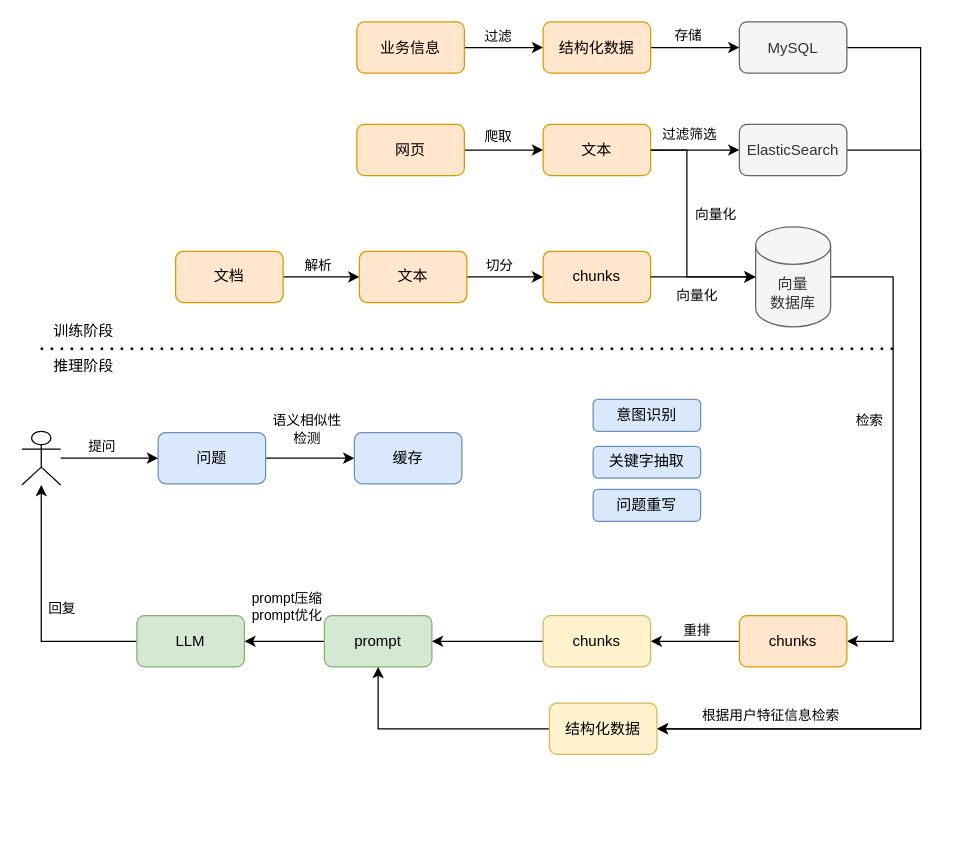
Earlier version of the draw.io diagram page "优化方案1" (2 of 3) of AI应用技术分享.drawio (joeylin/draw.io). Source tidied: cells renumbered, new cells numbered last; positions are measured from the earlier drawing's top-left corner, leaving out a move shared by most shapes. Both pictures are drawn from the tidied source at 125%, with x=0, y=0 at pixel (21, 21).
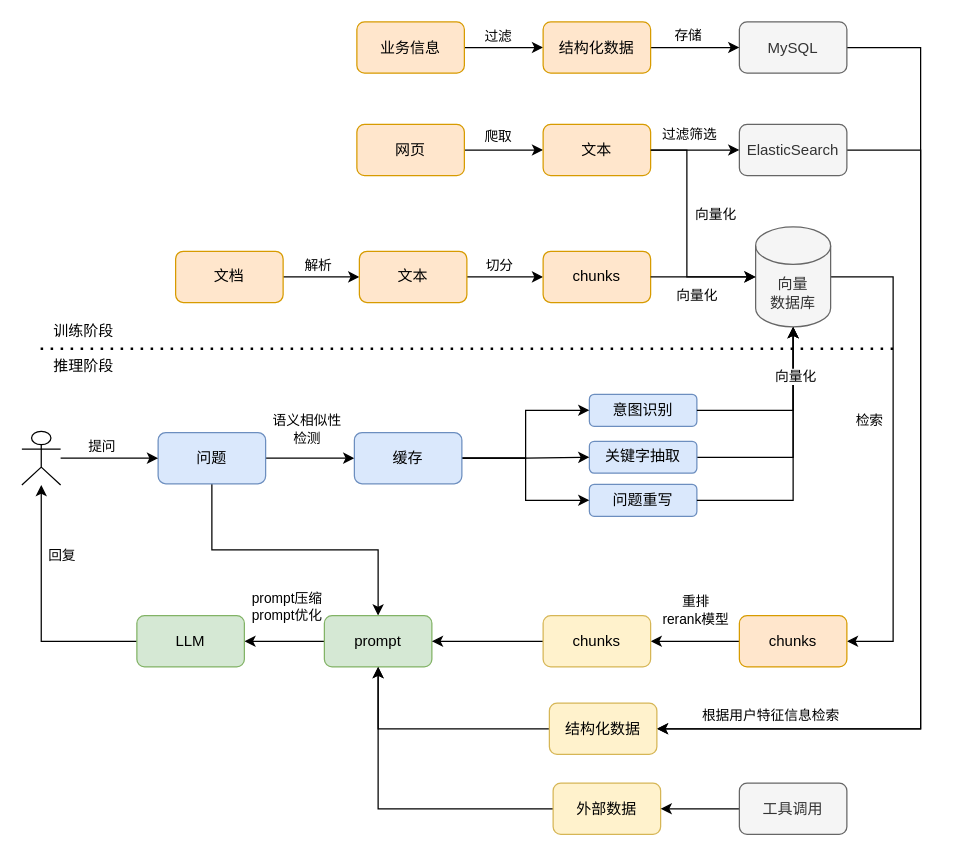
Above is the later version.

Commit message:
更新AI应用技术分享.drawio

Unchanged cells that the change refers to:
```xml
<mxCell id="11" value="向量&lt;div&gt;数据库&lt;/div&gt;" style="shape=cylinder3;whiteSpace=wrap;html=1;boundedLbl=1;backgroundOutline=1;size=15;fillColor=#f5f5f5;fontColor=#333333;strokeColor=#666666;" parent="1" vertex="1">
  <mxGeometry x="587" y="164" width="60" height="80" as="geometry" />
</mxCell>
<mxCell id="16" value="问题" style="rounded=1;whiteSpace=wrap;html=1;fillColor=#dae8fc;strokeColor=#6c8ebf;" parent="1" vertex="1">
  <mxGeometry x="109" y="328.5" width="86" height="41" as="geometry" />
</mxCell>
<mxCell id="19" value="prompt" style="rounded=1;whiteSpace=wrap;html=1;fillColor=#d5e8d4;strokeColor=#82b366;" parent="1" vertex="1">
  <mxGeometry x="242" y="475" width="86" height="41" as="geometry" />
</mxCell>
<mxCell id="20" style="edgeStyle=orthogonalEdgeStyle;rounded=0;jettySize=auto;html=1;" parent="1" edge="1" source="22" target="55">
  <mxGeometry relative="1" as="geometry" />
</mxCell>
<mxCell id="23" style="edgeStyle=orthogonalEdgeStyle;rounded=0;jettySize=auto;html=1;" parent="1" edge="1" source="25" target="28">
  <mxGeometry relative="1" as="geometry" />
</mxCell>
<mxCell id="58" value="缓存" style="rounded=1;whiteSpace=wrap;html=1;fillColor=#dae8fc;strokeColor=#6c8ebf;" parent="1" vertex="1">
  <mxGeometry x="266" y="328.5" width="86" height="41" as="geometry" />
</mxCell>
```

Change to the diagram source:
```diff
@@
+    <mxCell id="59" style="edgeStyle=orthogonalEdgeStyle;rounded=0;jettySize=auto;html=1;exitX=0.5;exitY=1;exitDx=0;exitDy=0;" parent="1" edge="1" source="16" target="19">
+      <mxGeometry relative="1" as="geometry" />
+    </mxCell>
@@
-    <mxCell id="21" value="重排" style="edgeLabel;html=1;align=center;verticalAlign=middle;" parent="20" vertex="1">
+    <mxCell id="21" value="重排&lt;br&gt;rerank模型" style="edgeLabel;html=1;align=center;verticalAlign=middle;" parent="20" vertex="1">
       <mxGeometry x="0.04" y="1" relative="1" as="geometry">
-        <mxPoint x="2" y="-10" as="offset" />
+        <mxPoint x="1" y="-26" as="offset" />
       </mxGeometry>
     </mxCell>
@@
     <mxCell id="24" value="回复" style="edgeLabel;html=1;align=center;verticalAlign=middle;" parent="23" vertex="1">
       <mxGeometry x="0.05" relative="1" as="geometry">
-        <mxPoint x="16" y="2" as="offset" />
+        <mxPoint x="16" y="-40" as="offset" />
       </mxGeometry>
     </mxCell>
@@
     <mxCell id="51" value="意图识别" style="rounded=1;whiteSpace=wrap;html=1;fillColor=#dae8fc;strokeColor=#6c8ebf;" parent="1" vertex="1">
-      <mxGeometry x="457" y="302" width="86" height="25.5" as="geometry" />
+      <mxGeometry x="454" y="298" width="86" height="25.5" as="geometry" />
     </mxCell>
+    <mxCell id="60" style="edgeStyle=orthogonalEdgeStyle;rounded=0;jettySize=auto;html=1;" parent="1" edge="1" source="52" target="11">
+      <mxGeometry relative="1" as="geometry" />
+    </mxCell>
     <mxCell id="52" value="关键字抽取" style="rounded=1;whiteSpace=wrap;html=1;fillColor=#dae8fc;strokeColor=#6c8ebf;" parent="1" vertex="1">
-      <mxGeometry x="457" y="339.5" width="86" height="25.5" as="geometry" />
+      <mxGeometry x="454" y="335.5" width="86" height="25.5" as="geometry" />
     </mxCell>
     <mxCell id="53" value="问题重写" style="rounded=1;whiteSpace=wrap;html=1;fillColor=#dae8fc;strokeColor=#6c8ebf;" parent="1" vertex="1">
-      <mxGeometry x="457" y="374" width="86" height="25.5" as="geometry" />
+      <mxGeometry x="454" y="370" width="86" height="25.5" as="geometry" />
     </mxCell>
@@
+    <mxCell id="61" style="edgeStyle=orthogonalEdgeStyle;rounded=0;jettySize=auto;html=1;entryX=0;entryY=0.5;entryDx=0;entryDy=0;" parent="1" edge="1" source="58" target="51">
+      <mxGeometry relative="1" as="geometry" />
+    </mxCell>
+    <mxCell id="62" style="edgeStyle=orthogonalEdgeStyle;rounded=0;jettySize=auto;html=1;entryX=0;entryY=0.5;entryDx=0;entryDy=0;" parent="1" edge="1" source="58" target="52">
+      <mxGeometry relative="1" as="geometry" />
+    </mxCell>
+    <mxCell id="63" style="edgeStyle=orthogonalEdgeStyle;rounded=0;jettySize=auto;html=1;entryX=0;entryY=0.5;entryDx=0;entryDy=0;" parent="1" edge="1" source="58" target="53">
+      <mxGeometry relative="1" as="geometry" />
+    </mxCell>
@@
+    <mxCell id="64" style="edgeStyle=orthogonalEdgeStyle;rounded=0;jettySize=auto;html=1;entryX=0.5;entryY=1;entryDx=0;entryDy=0;entryPerimeter=0;" parent="1" edge="1" source="51" target="11">
+      <mxGeometry relative="1" as="geometry" />
+    </mxCell>
+    <mxCell id="65" style="edgeStyle=orthogonalEdgeStyle;rounded=0;jettySize=auto;html=1;entryX=0.5;entryY=1;entryDx=0;entryDy=0;entryPerimeter=0;" parent="1" edge="1" source="53" target="11">
+      <mxGeometry relative="1" as="geometry" />
+    </mxCell>
+    <mxCell id="66" value="向量化" style="edgeLabel;html=1;align=center;verticalAlign=middle;" parent="65" vertex="1">
+      <mxGeometry x="0.63" y="-1" relative="1" as="geometry" />
+    </mxCell>
+    <mxCell id="67" style="edgeStyle=orthogonalEdgeStyle;rounded=0;jettySize=auto;html=1;entryX=0.5;entryY=1;entryDx=0;entryDy=0;" parent="1" edge="1" source="68" target="19">
+      <mxGeometry relative="1" as="geometry" />
+    </mxCell>
+    <mxCell id="68" value="外部数据" style="rounded=1;whiteSpace=wrap;html=1;fillColor=#fff2cc;strokeColor=#d6b656;" parent="1" vertex="1">
+      <mxGeometry x="425" y="609" width="86" height="41" as="geometry" />
+    </mxCell>
+    <mxCell id="69" style="edgeStyle=orthogonalEdgeStyle;rounded=0;jettySize=auto;html=1;entryX=1;entryY=0.5;entryDx=0;entryDy=0;" parent="1" edge="1" source="70" target="68">
+      <mxGeometry relative="1" as="geometry" />
+    </mxCell>
+    <mxCell id="70" value="工具调用" style="rounded=1;whiteSpace=wrap;html=1;fillColor=#f5f5f5;strokeColor=#666666;fontColor=#333333;" parent="1" vertex="1">
+      <mxGeometry x="574" y="609" width="86" height="41" as="geometry" />
+    </mxCell>
```
